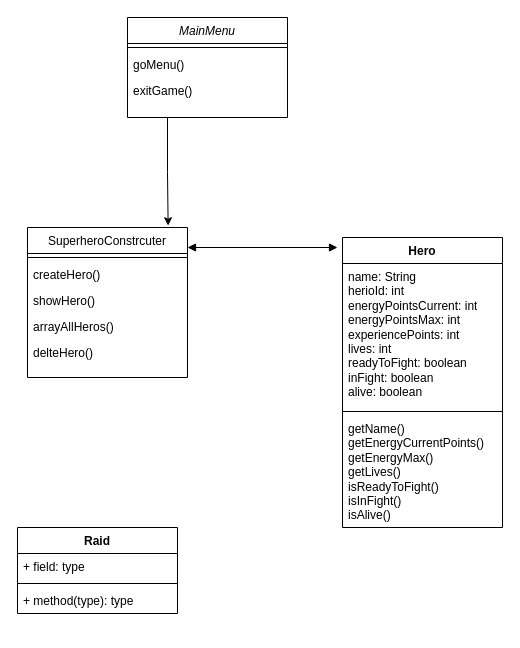
Earlier version of the draw.io diagram Hauptmenü KD.drawio (HansKircheisenHTW/programmierprojekt-prog). Source tidied: cells renumbered, new cells numbered last; positions are measured from the earlier drawing's top-left corner, leaving out a move shared by most shapes. Both pictures are drawn from the tidied source at 100%, with x=0, y=0 at pixel (17, 17).
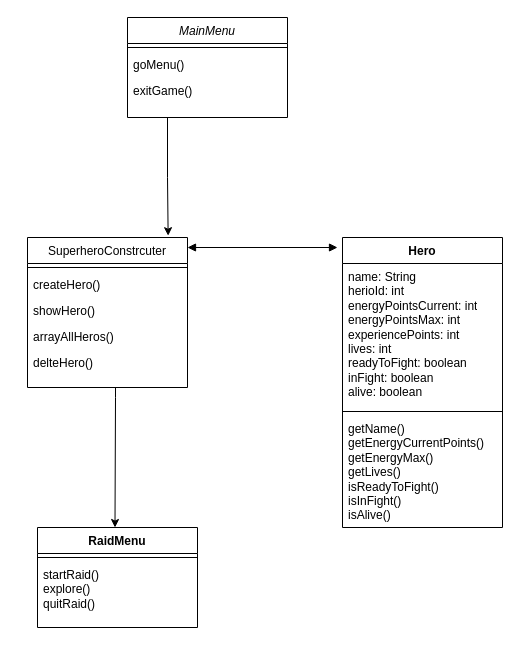
Above is the later version.

Change to the diagram source:
```diff
@@
     <mxCell id="6" value="SuperheroConstrcuter" style="swimlane;fontStyle=0;align=center;verticalAlign=top;horizontal=1;startSize=26;rounded=0;shadow=0;strokeWidth=1;" parent="1" vertex="1">
-      <mxGeometry x="10" y="210" width="160" height="150" as="geometry" />
+      <mxGeometry x="10" y="220" width="160" height="150" as="geometry" />
     </mxCell>
@@
-    <mxCell id="18" value="Raid" style="swimlane;fontStyle=1;align=center;verticalAlign=top;horizontal=1;startSize=26;whiteSpace=wrap;html=1;" parent="1" vertex="1">
-      <mxGeometry y="510" width="160" height="86" as="geometry" />
+    <mxCell id="18" value="RaidMenu" style="swimlane;fontStyle=1;align=center;verticalAlign=top;horizontal=1;startSize=26;whiteSpace=wrap;html=1;" parent="1" vertex="1">
+      <mxGeometry x="20" y="510" width="160" height="100" as="geometry" />
     </mxCell>
-    <mxCell id="19" value="+ field: type" style="text;strokeColor=none;fillColor=none;align=left;verticalAlign=top;spacingLeft=4;spacingRight=4;overflow=hidden;whiteSpace=wrap;html=1;" parent="18" vertex="1">
-      <mxGeometry y="26" width="160" height="26" as="geometry" />
-    </mxCell>
     <mxCell id="20" style="line;strokeWidth=1;fillColor=none;align=left;verticalAlign=middle;spacingTop=-1;spacingLeft=3;spacingRight=3;labelPosition=right;strokeColor=inherit;" parent="18" vertex="1">
-      <mxGeometry y="52" width="160" height="8" as="geometry" />
+      <mxGeometry y="26" width="160" height="8" as="geometry" />
     </mxCell>
-    <mxCell id="21" value="+ method(type): type" style="text;strokeColor=none;fillColor=none;align=left;verticalAlign=top;spacingLeft=4;spacingRight=4;overflow=hidden;whiteSpace=wrap;html=1;" parent="18" vertex="1">
-      <mxGeometry y="60" width="160" height="26" as="geometry" />
+    <mxCell id="21" value="startRaid()&lt;div&gt;explore()&lt;/div&gt;&lt;div&gt;quitRaid()&lt;/div&gt;" style="text;strokeColor=none;fillColor=none;align=left;verticalAlign=top;spacingLeft=4;spacingRight=4;overflow=hidden;whiteSpace=wrap;html=1;" parent="18" vertex="1">
+      <mxGeometry y="34" width="160" height="66" as="geometry" />
     </mxCell>
+    <mxCell id="22" style="edgeStyle=orthogonalEdgeStyle;rounded=0;orthogonalLoop=1;jettySize=auto;html=1;" parent="1" edge="1">
+      <mxGeometry relative="1" as="geometry">
+        <mxPoint x="98" y="370" as="sourcePoint" />
+        <mxPoint x="97.5" y="510" as="targetPoint" />
+        <Array as="points">
+          <mxPoint x="98" y="380" />
+        </Array>
+      </mxGeometry>
+    </mxCell>
```
